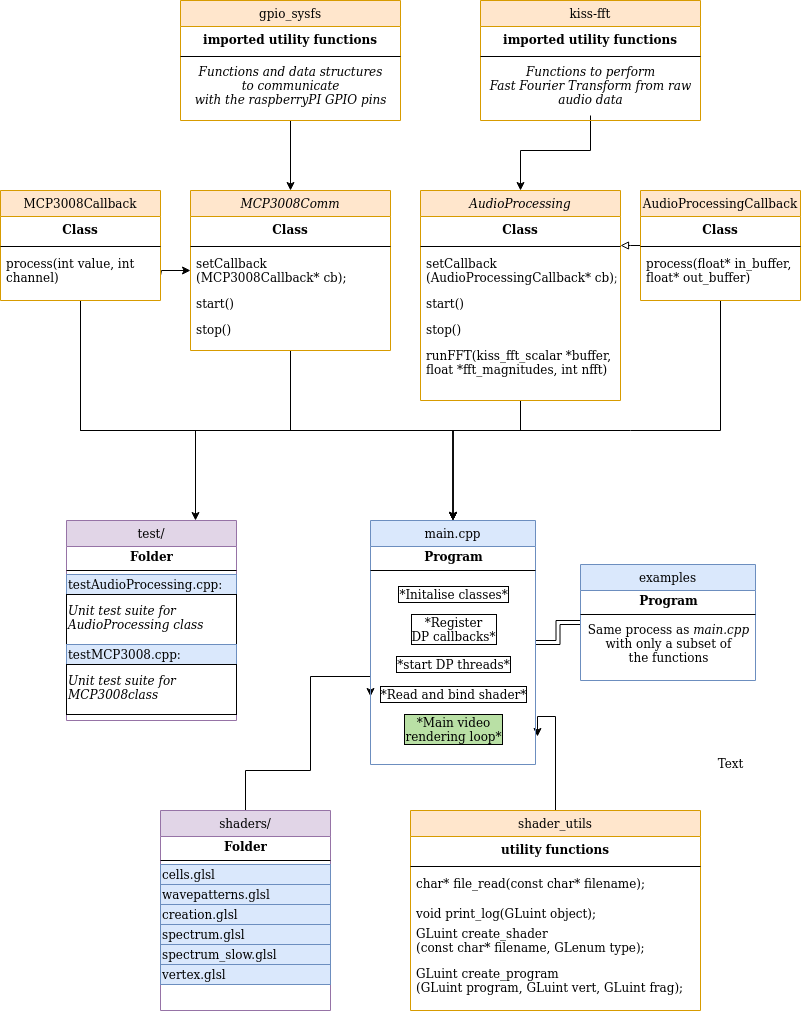
daviderovell0/bzzzbz keeps this draw.io diagram as media/software_diagram.png. Above is the earlier version. Source tidied: cells renumbered, new cells last; positions are measured from the earlier drawing's top-left corner, leaving out a move shared by most shapes.
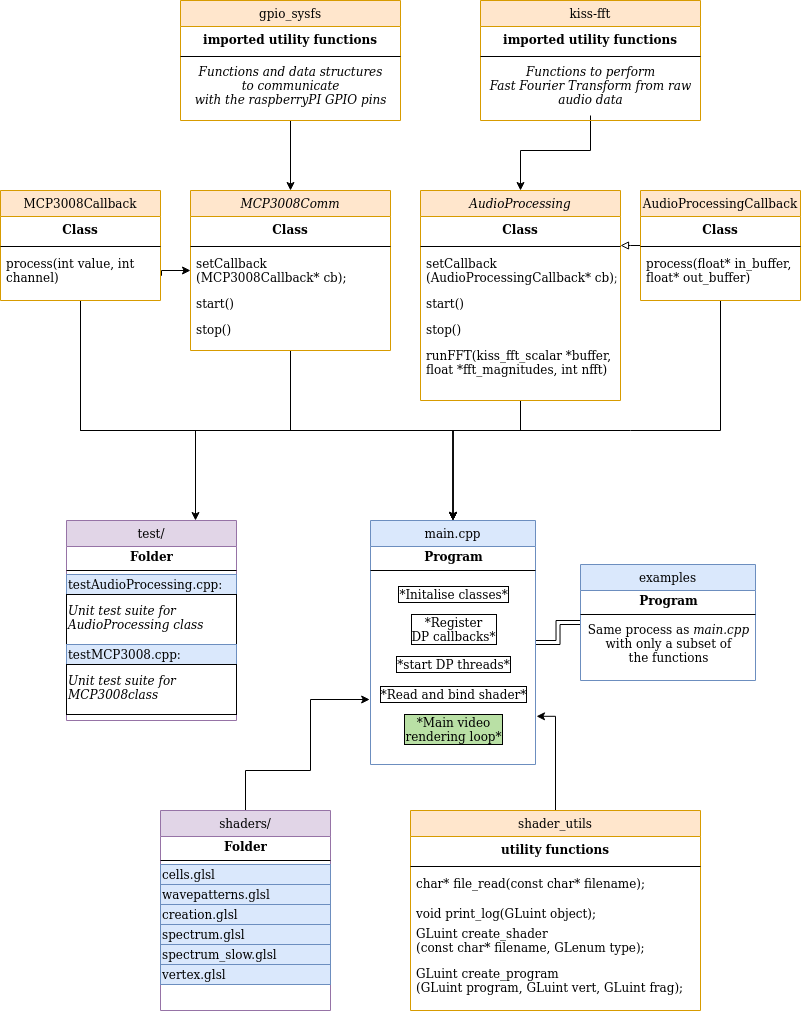
The same file after the commit.

Commit message:
software diagram added

Diff of the diagram source:
```diff
@@ -56,7 +56,7 @@
         </Array>
       </mxGeometry>
     </mxCell>
-    <mxCell id="10" style="edgeStyle=orthogonalEdgeStyle;rounded=0;jettySize=auto;html=1;exitX=0.5;exitY=0;exitDx=0;exitDy=0;entryX=1.012;entryY=0.55;entryDx=0;entryDy=0;sourcePerimeterSpacing=5;fontSize=12;entryPerimeter=0;" parent="1" edge="1" source="56" target="70">
+    <mxCell id="10" style="edgeStyle=orthogonalEdgeStyle;rounded=0;jettySize=auto;html=1;exitX=0.5;exitY=0;exitDx=0;exitDy=0;entryX=1.006;entryY=1.06;entryDx=0;entryDy=0;sourcePerimeterSpacing=5;fontSize=12;entryPerimeter=0;" parent="1" edge="1" source="56" target="69">
       <mxGeometry relative="1" as="geometry">
         <Array as="points">
           <mxPoint x="555" y="716" />
@@ -66,11 +66,12 @@
     <mxCell id="11" style="edgeStyle=orthogonalEdgeStyle;rounded=0;jettySize=auto;html=1;sourcePerimeterSpacing=5;fontSize=12;exitX=0.5;exitY=1;exitDx=0;exitDy=0;" parent="1" edge="1" source="39" target="25">
       <mxGeometry relative="1" as="geometry" />
     </mxCell>
-    <mxCell id="12" style="edgeStyle=orthogonalEdgeStyle;rounded=0;jettySize=auto;html=1;exitX=0.5;exitY=0;exitDx=0;exitDy=0;entryX=0;entryY=0.4;entryDx=0;entryDy=0;entryPerimeter=0;sourcePerimeterSpacing=5;fontSize=12;" parent="1" edge="1" source="47" target="69">
+    <mxCell id="12" style="edgeStyle=orthogonalEdgeStyle;rounded=0;jettySize=auto;html=1;exitX=0.5;exitY=0;exitDx=0;exitDy=0;sourcePerimeterSpacing=5;fontSize=12;entryX=-0.005;entryY=0.5;entryDx=0;entryDy=0;entryPerimeter=0;" parent="1" edge="1" source="47" target="69">
       <mxGeometry relative="1" as="geometry">
         <Array as="points">
+          <mxPoint x="245" y="770" />
           <mxPoint x="310" y="770" />
-          <mxPoint x="310" y="676" />
+          <mxPoint x="310" y="699" />
         </Array>
       </mxGeometry>
     </mxCell>
@@ -269,8 +270,5 @@
     <mxCell id="77" value="&lt;div align=&quot;left&quot;&gt;&lt;i&gt;Unit test suite for &lt;br&gt;&lt;/i&gt;&lt;/div&gt;&lt;i&gt;MCP3008class&lt;/i&gt;&lt;div align=&quot;left&quot;&gt;&lt;br&gt;&lt;/div&gt;" style="text;html=1;align=left;verticalAlign=middle;fontSize=12;spacingTop=8;spacingBottom=-2;strokeColor=#000000;" parent="71" vertex="1">
       <mxGeometry y="144" width="170" height="50" as="geometry" />
     </mxCell>
-    <mxCell id="78" value="Text" style="text;html=1;align=center;verticalAlign=middle;fontSize=12;" parent="1" vertex="1">
-      <mxGeometry x="710" y="753" width="40" height="20" as="geometry" />
-    </mxCell>
   </root>
 </mxGraphModel>
```
